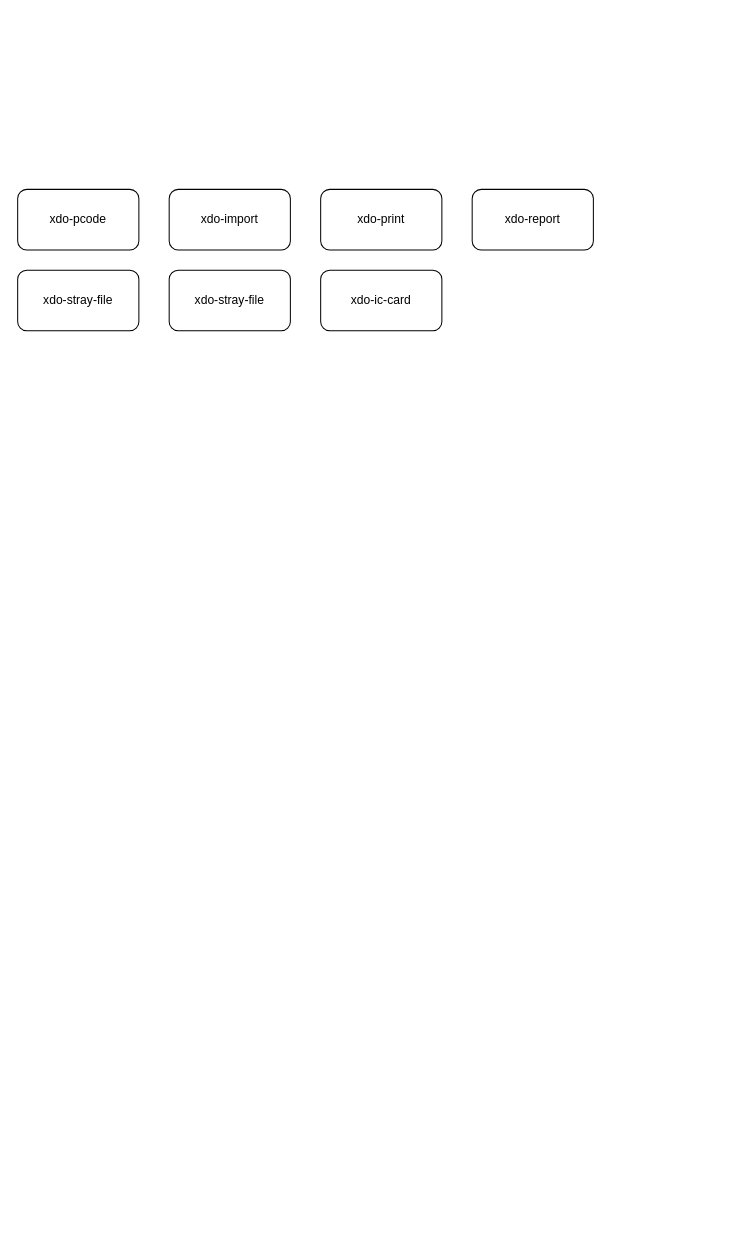
tosyue/drow keeps this draw.io diagram as 框架组件.drawio. Above is the earlier version. Source tidied: cells renumbered, new cells numbered last; positions are measured from the earlier drawing's top-left corner, leaving out a move shared by most shapes. Both pictures are drawn from the tidied source at 101%, with x=0, y=0 at pixel (17, 189).
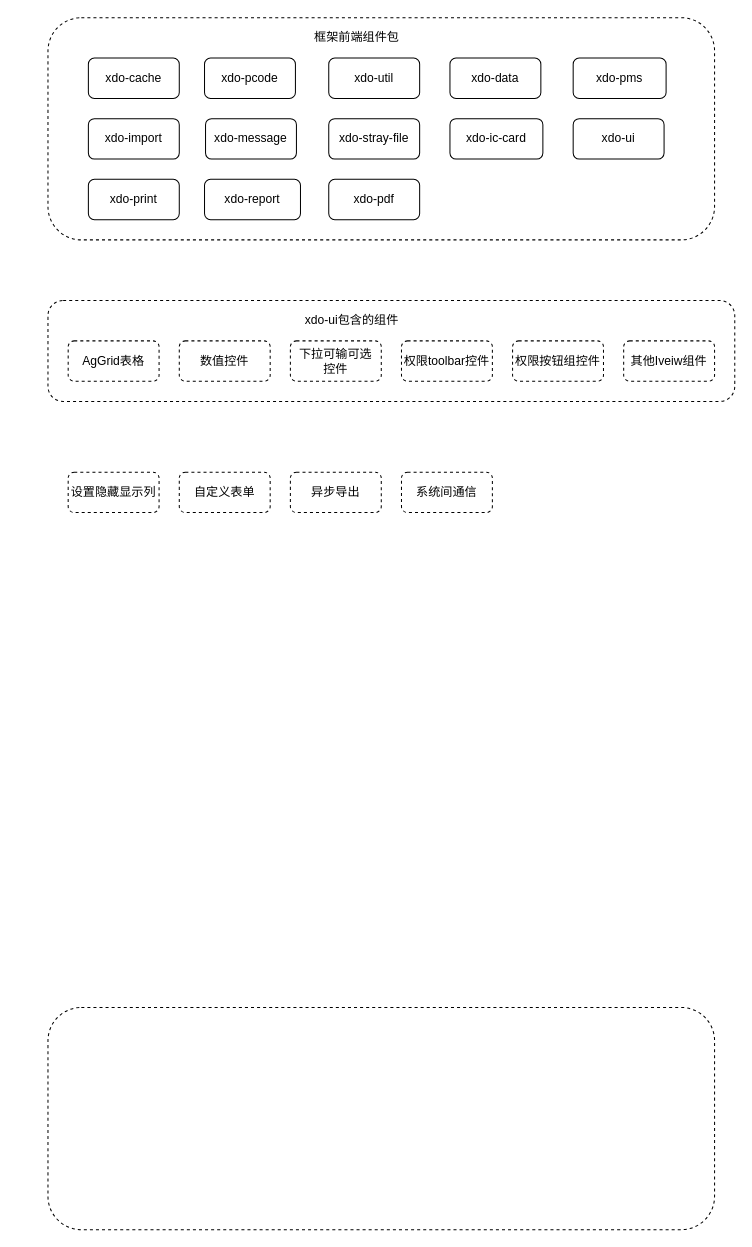
Above is the later version.

What changed in the source:
```diff
@@
     <mxCell id="2" value="xdo-pcode" style="rounded=1;whiteSpace=wrap;html=1;" parent="1" vertex="1">
-      <mxGeometry width="120" height="60" as="geometry" />
+      <mxGeometry x="185" y="-130" width="90" height="40" as="geometry" />
     </mxCell>
     <mxCell id="3" value="xdo-import" style="rounded=1;whiteSpace=wrap;html=1;" parent="1" vertex="1">
-      <mxGeometry x="150" width="120" height="60" as="geometry" />
+      <mxGeometry x="70" y="-70" width="90" height="40" as="geometry" />
     </mxCell>
     <mxCell id="4" value="xdo-print" style="rounded=1;whiteSpace=wrap;html=1;" parent="1" vertex="1">
-      <mxGeometry x="300" width="120" height="60" as="geometry" />
+      <mxGeometry x="70" y="-10" width="90" height="40" as="geometry" />
     </mxCell>
     <mxCell id="5" value="xdo-report" style="rounded=1;whiteSpace=wrap;html=1;" parent="1" vertex="1">
-      <mxGeometry x="450" width="120" height="60" as="geometry" />
+      <mxGeometry x="185" y="-10" width="95" height="40" as="geometry" />
     </mxCell>
     <mxCell id="6" value="&lt;div style=&quot;text-align: left&quot;&gt;&lt;span&gt;xdo-stray-file&lt;/span&gt;&lt;/div&gt;" style="rounded=1;whiteSpace=wrap;html=1;" parent="1" vertex="1">
-      <mxGeometry y="80" width="120" height="60" as="geometry" />
+      <mxGeometry x="308" y="-70" width="90" height="40" as="geometry" />
     </mxCell>
-    <mxCell id="7" value="&lt;div style=&quot;text-align: left&quot;&gt;&lt;span&gt;xdo-stray-file&lt;/span&gt;&lt;/div&gt;" style="rounded=1;whiteSpace=wrap;html=1;" parent="1" vertex="1">
-      <mxGeometry x="150" y="80" width="120" height="60" as="geometry" />
+    <mxCell id="7" value="&lt;div style=&quot;text-align: left&quot;&gt;&lt;span&gt;xdo-pms&lt;/span&gt;&lt;/div&gt;" style="rounded=1;whiteSpace=wrap;html=1;" parent="1" vertex="1">
+      <mxGeometry x="550" y="-130" width="92" height="40" as="geometry" />
     </mxCell>
     <mxCell id="8" value="&lt;div style=&quot;text-align: left&quot;&gt;&lt;span&gt;xdo-ic-card&lt;/span&gt;&lt;/div&gt;" style="rounded=1;whiteSpace=wrap;html=1;" parent="1" vertex="1">
-      <mxGeometry x="300" y="80" width="120" height="60" as="geometry" />
+      <mxGeometry x="428" y="-70" width="92" height="40" as="geometry" />
     </mxCell>
+    <mxCell id="9" value="&lt;div style=&quot;text-align: left&quot;&gt;&lt;span&gt;xdo-pdf&lt;/span&gt;&lt;/div&gt;" style="rounded=1;whiteSpace=wrap;html=1;" parent="1" vertex="1">
+      <mxGeometry x="308" y="-10" width="90" height="40" as="geometry" />
+    </mxCell>
+    <mxCell id="10" value="&lt;div style=&quot;text-align: left&quot;&gt;&lt;span&gt;xdo-ui&lt;/span&gt;&lt;/div&gt;" style="rounded=1;whiteSpace=wrap;html=1;" parent="1" vertex="1">
+      <mxGeometry x="550" y="-70" width="90" height="40" as="geometry" />
+    </mxCell>
+    <mxCell id="11" value="&lt;div style=&quot;text-align: left&quot;&gt;xdo-cache&lt;br&gt;&lt;/div&gt;" style="rounded=1;whiteSpace=wrap;html=1;" parent="1" vertex="1">
+      <mxGeometry x="70" y="-130" width="90" height="40" as="geometry" />
+    </mxCell>
+    <mxCell id="12" value="&lt;div style=&quot;text-align: left&quot;&gt;&lt;span&gt;xdo-util&lt;/span&gt;&lt;/div&gt;" style="rounded=1;whiteSpace=wrap;html=1;" parent="1" vertex="1">
+      <mxGeometry x="308" y="-130" width="90" height="40" as="geometry" />
+    </mxCell>
+    <mxCell id="13" value="&lt;div style=&quot;text-align: left&quot;&gt;&lt;span&gt;xdo-message&lt;/span&gt;&lt;/div&gt;" style="rounded=1;whiteSpace=wrap;html=1;" parent="1" vertex="1">
+      <mxGeometry x="186" y="-70" width="90" height="40" as="geometry" />
+    </mxCell>
+    <mxCell id="14" value="&lt;div style=&quot;text-align: left&quot;&gt;&lt;span&gt;xdo-data&lt;/span&gt;&lt;/div&gt;" style="rounded=1;whiteSpace=wrap;html=1;" parent="1" vertex="1">
+      <mxGeometry x="428" y="-130" width="90" height="40" as="geometry" />
+    </mxCell>
+    <mxCell id="15" style="edgeStyle=orthogonalEdgeStyle;rounded=0;orthogonalLoop=1;jettySize=auto;html=1;exitX=0.5;exitY=1;exitDx=0;exitDy=0;" parent="1" edge="1">
+      <mxGeometry relative="1" as="geometry">
+        <mxPoint x="330" y="60" as="sourcePoint" />
+        <mxPoint x="330" y="60" as="targetPoint" />
+      </mxGeometry>
+    </mxCell>
+    <mxCell id="16" style="rounded=1;whiteSpace=wrap;html=1;dashed=1;fillColor=none;" parent="1" vertex="1">
+      <mxGeometry x="30" y="-170" width="660" height="220" as="geometry" />
+    </mxCell>
+    <mxCell id="17" value="框架前端组件包" style="text;html=1;strokeColor=none;fillColor=none;align=center;verticalAlign=middle;whiteSpace=wrap;rounded=0;dashed=1;" parent="1" vertex="1">
+      <mxGeometry x="275" y="-160" width="122" height="20" as="geometry" />
+    </mxCell>
+    <mxCell id="18" value="AgGrid表格" style="rounded=1;whiteSpace=wrap;html=1;dashed=1;fillColor=none;" parent="1" vertex="1">
+      <mxGeometry x="50" y="150" width="90" height="40" as="geometry" />
+    </mxCell>
+    <mxCell id="19" value="数值控件" style="rounded=1;whiteSpace=wrap;html=1;dashed=1;fillColor=none;" parent="1" vertex="1">
+      <mxGeometry x="160" y="150" width="90" height="40" as="geometry" />
+    </mxCell>
+    <mxCell id="20" value="下拉可输可选&lt;br&gt;控件" style="rounded=1;whiteSpace=wrap;html=1;dashed=1;fillColor=none;" parent="1" vertex="1">
+      <mxGeometry x="270" y="150" width="90" height="40" as="geometry" />
+    </mxCell>
+    <mxCell id="21" value="权限toolbar控件" style="rounded=1;whiteSpace=wrap;html=1;dashed=1;fillColor=none;" parent="1" vertex="1">
+      <mxGeometry x="380" y="150" width="90" height="40" as="geometry" />
+    </mxCell>
+    <mxCell id="22" value="权限按钮组控件" style="rounded=1;whiteSpace=wrap;html=1;dashed=1;fillColor=none;" parent="1" vertex="1">
+      <mxGeometry x="490" y="150" width="90" height="40" as="geometry" />
+    </mxCell>
+    <mxCell id="23" value="其他Iveiw组件" style="rounded=1;whiteSpace=wrap;html=1;dashed=1;fillColor=none;" parent="1" vertex="1">
+      <mxGeometry x="600" y="150" width="90" height="40" as="geometry" />
+    </mxCell>
+    <mxCell id="24" style="rounded=1;whiteSpace=wrap;html=1;dashed=1;fillColor=none;" parent="1" vertex="1">
+      <mxGeometry x="30" y="110" width="680" height="100" as="geometry" />
+    </mxCell>
+    <mxCell id="25" value="xdo-ui包含的组件" style="text;html=1;strokeColor=none;fillColor=none;align=center;verticalAlign=middle;whiteSpace=wrap;rounded=0;dashed=1;" parent="1" vertex="1">
+      <mxGeometry x="270" y="120" width="122" height="20" as="geometry" />
+    </mxCell>
+    <mxCell id="26" style="rounded=1;whiteSpace=wrap;html=1;dashed=1;fillColor=none;" parent="1" vertex="1">
+      <mxGeometry x="30" y="810" width="660" height="220" as="geometry" />
+    </mxCell>
+    <mxCell id="27" value="设置隐藏显示列" style="rounded=1;whiteSpace=wrap;html=1;dashed=1;fillColor=none;" parent="1" vertex="1">
+      <mxGeometry x="50" y="280" width="90" height="40" as="geometry" />
+    </mxCell>
+    <mxCell id="28" value="自定义表单" style="rounded=1;whiteSpace=wrap;html=1;dashed=1;fillColor=none;" parent="1" vertex="1">
+      <mxGeometry x="160" y="280" width="90" height="40" as="geometry" />
+    </mxCell>
+    <mxCell id="29" value="系统间通信" style="rounded=1;whiteSpace=wrap;html=1;dashed=1;fillColor=none;" parent="1" vertex="1">
+      <mxGeometry x="380" y="280" width="90" height="40" as="geometry" />
+    </mxCell>
+    <mxCell id="30" value="异步导出" style="rounded=1;whiteSpace=wrap;html=1;dashed=1;fillColor=none;" parent="1" vertex="1">
+      <mxGeometry x="270" y="280" width="90" height="40" as="geometry" />
+    </mxCell>
```
